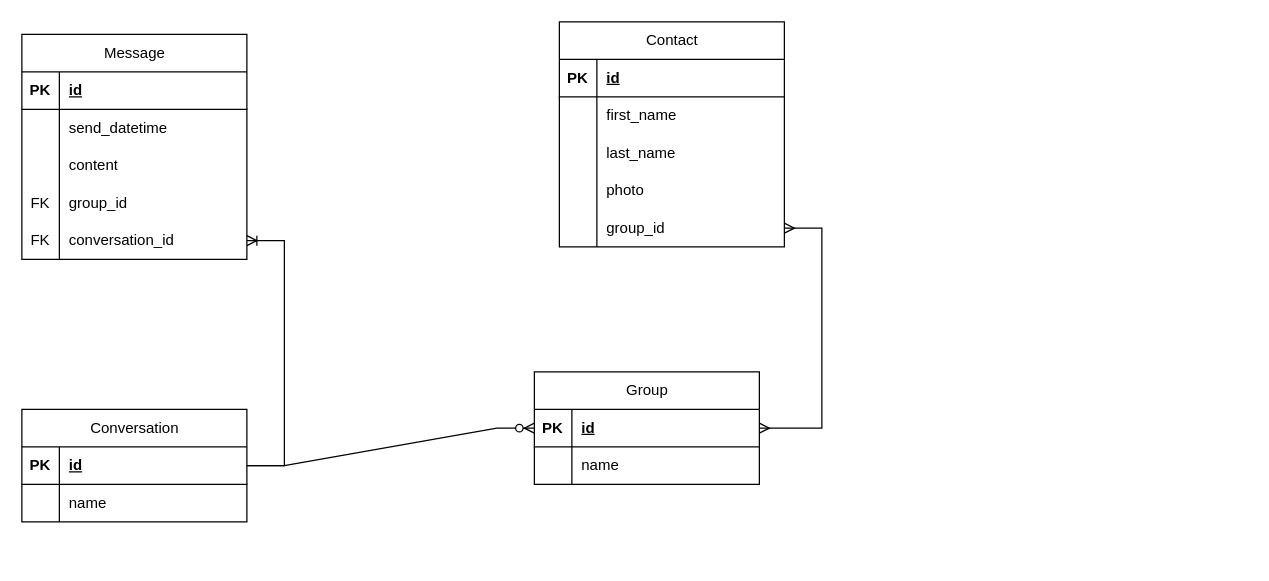
chien-coder/ChattingApp keeps this draw.io diagram as ChatApp .drawio. Above is the earlier version. Source tidied: cells renumbered, new cells numbered last; positions are measured from the earlier drawing's top-left corner, leaving out a move shared by most shapes. Both pictures are drawn from the tidied source at 125%, with x=0, y=0 at pixel (-41, 21).
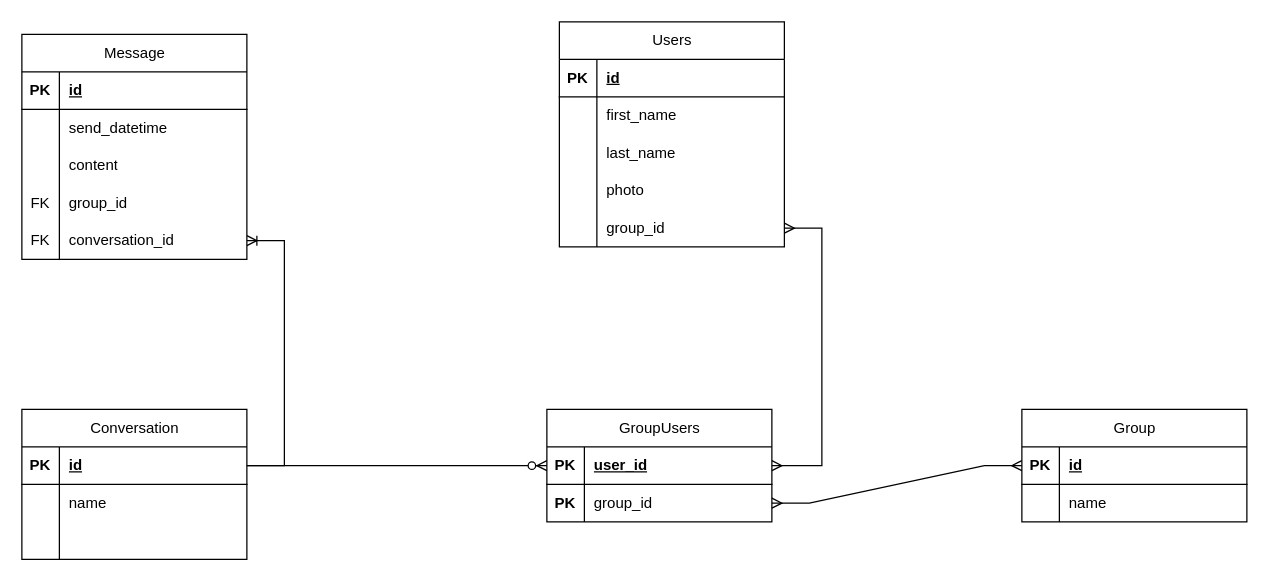
The same diagram, later.

The change refers to these unchanged cells:
```xml
<mxCell id="35" style="shape=tableRow;horizontal=0;startSize=0;swimlaneHead=0;swimlaneBody=0;fillColor=none;points=[[0,0.5],[1,0.5]];portConstraint=eastwest;top=0;left=0;right=0;bottom=1;" parent="34" vertex="1">
  <mxGeometry y="30" width="180" height="30" as="geometry" />
</mxCell>
<mxCell id="38" style="shape=tableRow;horizontal=0;startSize=0;swimlaneHead=0;swimlaneBody=0;fillColor=none;points=[[0,0.5],[1,0.5]];portConstraint=eastwest;top=0;left=0;right=0;bottom=0;" parent="34" vertex="1">
  <mxGeometry y="60" width="180" height="30" as="geometry" />
</mxCell>
```

What changed in the source:
```diff
@@
-    <mxCell id="2" value="&lt;span style=&quot;font-weight: 400; text-wrap: wrap;&quot;&gt;Contact&lt;/span&gt;" style="shape=table;startSize=30;childLayout=tableLayout;rowLines=0;fontStyle=1;align=center;html=1;" parent="1" vertex="1">
+    <mxCell id="2" value="&lt;span style=&quot;font-weight: 400; text-wrap: wrap;&quot;&gt;Users&lt;/span&gt;" style="shape=table;startSize=30;childLayout=tableLayout;rowLines=0;fontStyle=1;align=center;html=1;" parent="1" vertex="1">
       <mxGeometry x="480" width="180" height="180" as="geometry" />
     </mxCell>
@@
-    <mxCell id="34" value="&lt;span style=&quot;font-weight: 400; text-wrap: wrap;&quot;&gt;Group&lt;/span&gt;" style="shape=table;startSize=30;childLayout=tableLayout;rowLines=0;fontStyle=1;align=center;html=1;" parent="1" vertex="1">
-      <mxGeometry x="460" y="280" width="180" height="90" as="geometry" />
+    <mxCell id="34" value="&lt;span style=&quot;font-weight: 400; text-wrap: wrap;&quot;&gt;GroupUsers&lt;/span&gt;" style="shape=table;startSize=30;childLayout=tableLayout;rowLines=0;fontStyle=1;align=center;html=1;" parent="1" vertex="1">
+      <mxGeometry x="470" y="310" width="180" height="90" as="geometry" />
     </mxCell>
@@
-    <mxCell id="37" value="id" style="shape=partialRectangle;fillColor=none;top=0;left=0;bottom=0;right=0;align=left;spacingLeft=6;fontStyle=5;overflow=hidden;whiteSpace=wrap;html=1;" parent="35" vertex="1">
+    <mxCell id="37" value="user_id" style="shape=partialRectangle;fillColor=none;top=0;left=0;bottom=0;right=0;align=left;spacingLeft=6;fontStyle=5;overflow=hidden;whiteSpace=wrap;html=1;" parent="35" vertex="1">
       <mxGeometry x="30" width="150" height="30" as="geometry" />
     </mxCell>
@@
-    <mxCell id="39" style="shape=partialRectangle;fillColor=none;top=0;left=0;bottom=0;right=0;overflow=hidden;whiteSpace=wrap;html=1;" parent="38" vertex="1">
+    <mxCell id="39" value="&lt;span style=&quot;font-weight: 700;&quot;&gt;PK&lt;/span&gt;" style="shape=partialRectangle;fillColor=none;top=0;left=0;bottom=0;right=0;overflow=hidden;whiteSpace=wrap;html=1;" parent="38" vertex="1">
       <mxGeometry width="30" height="30" as="geometry" />
     </mxCell>
-    <mxCell id="40" value="name" style="shape=partialRectangle;fillColor=none;top=0;left=0;bottom=0;right=0;align=left;spacingLeft=6;overflow=hidden;whiteSpace=wrap;html=1;" parent="38" vertex="1">
+    <mxCell id="40" value="group_id" style="shape=partialRectangle;fillColor=none;top=0;left=0;bottom=0;right=0;align=left;spacingLeft=6;overflow=hidden;whiteSpace=wrap;html=1;" parent="38" vertex="1">
       <mxGeometry x="30" width="150" height="30" as="geometry" />
     </mxCell>
@@
     <mxCell id="43" value="&lt;span style=&quot;font-weight: 400; text-wrap: wrap;&quot;&gt;Conversation&lt;/span&gt;" style="shape=table;startSize=30;childLayout=tableLayout;rowLines=0;fontStyle=1;align=center;html=1;" parent="1" vertex="1">
-      <mxGeometry x="50" y="310" width="180" height="90" as="geometry" />
+      <mxGeometry x="50" y="310" width="180" height="120" as="geometry" />
     </mxCell>
@@
+    <mxCell id="51" style="shape=tableRow;horizontal=0;startSize=0;swimlaneHead=0;swimlaneBody=0;fillColor=none;top=0;left=0;right=0;bottom=0;" parent="43" vertex="1">
+      <mxGeometry y="90" width="180" height="30" as="geometry" />
+    </mxCell>
+    <mxCell id="52" style="shape=partialRectangle;fillColor=none;top=0;left=0;bottom=0;right=0;overflow=hidden;whiteSpace=wrap;html=1;" parent="51" vertex="1">
+      <mxGeometry width="30" height="30" as="geometry" />
+    </mxCell>
+    <mxCell id="53" style="shape=partialRectangle;fillColor=none;top=0;left=0;bottom=0;right=0;align=left;spacingLeft=6;overflow=hidden;whiteSpace=wrap;html=1;" parent="51" vertex="1">
+      <mxGeometry x="30" width="150" height="30" as="geometry" />
+    </mxCell>
@@
+    <mxCell id="54" value="&lt;span style=&quot;font-weight: 400; text-wrap: wrap;&quot;&gt;Group&lt;/span&gt;" style="shape=table;startSize=30;childLayout=tableLayout;rowLines=0;fontStyle=1;align=center;html=1;" parent="1" vertex="1">
+      <mxGeometry x="850" y="310" width="180" height="90" as="geometry" />
+    </mxCell>
+    <mxCell id="55" style="shape=tableRow;horizontal=0;startSize=0;swimlaneHead=0;swimlaneBody=0;fillColor=none;points=[[0,0.5],[1,0.5]];portConstraint=eastwest;top=0;left=0;right=0;bottom=1;" parent="54" vertex="1">
+      <mxGeometry y="30" width="180" height="30" as="geometry" />
+    </mxCell>
+    <mxCell id="56" value="PK" style="shape=partialRectangle;fillColor=none;top=0;left=0;bottom=0;right=0;fontStyle=1;overflow=hidden;whiteSpace=wrap;html=1;" parent="55" vertex="1">
+      <mxGeometry width="30" height="30" as="geometry" />
+    </mxCell>
+    <mxCell id="57" value="id" style="shape=partialRectangle;fillColor=none;top=0;left=0;bottom=0;right=0;align=left;spacingLeft=6;fontStyle=5;overflow=hidden;whiteSpace=wrap;html=1;" parent="55" vertex="1">
+      <mxGeometry x="30" width="150" height="30" as="geometry" />
+    </mxCell>
+    <mxCell id="58" style="shape=tableRow;horizontal=0;startSize=0;swimlaneHead=0;swimlaneBody=0;fillColor=none;top=0;left=0;right=0;bottom=0;" parent="54" vertex="1">
+      <mxGeometry y="60" width="180" height="30" as="geometry" />
+    </mxCell>
+    <mxCell id="59" style="shape=partialRectangle;fillColor=none;top=0;left=0;bottom=0;right=0;overflow=hidden;whiteSpace=wrap;html=1;" parent="58" vertex="1">
+      <mxGeometry width="30" height="30" as="geometry" />
+    </mxCell>
+    <mxCell id="60" value="name" style="shape=partialRectangle;fillColor=none;top=0;left=0;bottom=0;right=0;align=left;spacingLeft=6;overflow=hidden;whiteSpace=wrap;html=1;" parent="58" vertex="1">
+      <mxGeometry x="30" width="150" height="30" as="geometry" />
+    </mxCell>
+    <mxCell id="61" style="edgeStyle=entityRelationEdgeStyle;fontSize=12;html=1;endArrow=ERmany;startArrow=ERmany;rounded=0;entryX=1;entryY=0.5;entryDx=0;entryDy=0;exitX=0;exitY=0.5;exitDx=0;exitDy=0;" parent="1" edge="1" source="55" target="38">
+      <mxGeometry relative="1" as="geometry">
+        <Array as="points">
+          <mxPoint x="660" y="200" />
+          <mxPoint x="700" y="340" />
+          <mxPoint x="720" y="270" />
+        </Array>
+      </mxGeometry>
+    </mxCell>
```
